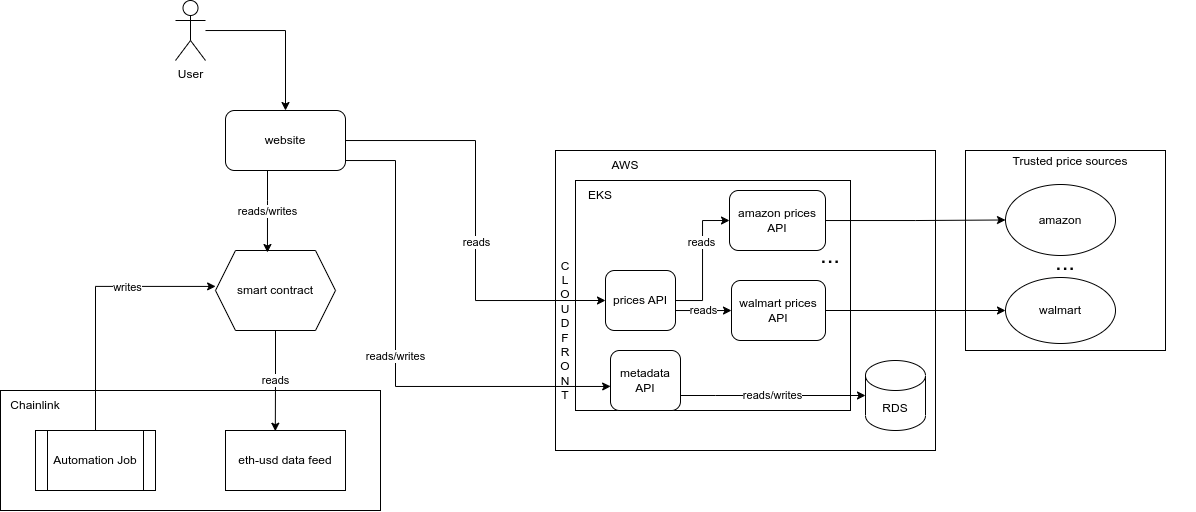
The draw.io diagram docs/images/design.png in SolidFund/Solid-Fund-smart-contracts, before a commit. Source tidied: cells renumbered, new cells last; positions are measured from the earlier drawing's top-left corner, leaving out a move shared by most shapes. The source it was exported from:
```xml
<mxGraphModel>
  <root>
    <mxCell id="0" />
    <mxCell id="1" parent="0" />
    <mxCell id="2" style="rounded=0;whiteSpace=wrap;html=1;" parent="1" vertex="1">
      <mxGeometry y="390" width="380" height="120" as="geometry" />
    </mxCell>
    <mxCell id="3" style="rounded=0;whiteSpace=wrap;html=1;" parent="1" vertex="1">
      <mxGeometry x="555" y="150" width="380" height="300" as="geometry" />
    </mxCell>
    <mxCell id="4" style="rounded=0;whiteSpace=wrap;html=1;" parent="1" vertex="1">
      <mxGeometry x="575" y="180" width="275" height="230" as="geometry" />
    </mxCell>
    <mxCell id="5" style="whiteSpace=wrap;html=1;" parent="1" vertex="1">
      <mxGeometry x="965" y="150" width="200" height="200" as="geometry" />
    </mxCell>
    <mxCell id="6" value="reads" style="edgeStyle=orthogonalEdgeStyle;rounded=0;jettySize=auto;html=1;entryX=0.415;entryY=0.012;entryDx=0;entryDy=0;entryPerimeter=0;" parent="1" edge="1" source="7" target="27">
      <mxGeometry relative="1" as="geometry" />
    </mxCell>
    <mxCell id="7" value="smart contract" style="shape=hexagon;perimeter=hexagonPerimeter2;whiteSpace=wrap;html=1;fixedSize=1;" parent="1" vertex="1">
      <mxGeometry x="215" y="250" width="120" height="80" as="geometry" />
    </mxCell>
    <mxCell id="8" value="amazon" style="ellipse;whiteSpace=wrap;html=1;" parent="1" vertex="1">
      <mxGeometry x="1005" y="184" width="110" height="71" as="geometry" />
    </mxCell>
    <mxCell id="9" value="walmart" style="ellipse;whiteSpace=wrap;html=1;" parent="1" vertex="1">
      <mxGeometry x="1005" y="277" width="110" height="66" as="geometry" />
    </mxCell>
    <mxCell id="10" value="&lt;font style=&quot;font-size: 24px;&quot;&gt;...&lt;/font&gt;" style="text;html=1;strokeColor=none;fillColor=none;align=center;verticalAlign=middle;whiteSpace=wrap;rounded=0;" parent="1" vertex="1">
      <mxGeometry x="1035" y="247" width="60" height="30" as="geometry" />
    </mxCell>
    <mxCell id="11" value="Trusted price sources" style="text;html=1;strokeColor=none;fillColor=none;align=center;verticalAlign=middle;whiteSpace=wrap;rounded=0;" parent="1" vertex="1">
      <mxGeometry x="945" y="146" width="250" height="30" as="geometry" />
    </mxCell>
    <mxCell id="12" style="edgeStyle=orthogonalEdgeStyle;rounded=0;jettySize=auto;html=1;entryX=0;entryY=0.5;entryDx=0;entryDy=0;" parent="1" edge="1" source="15" target="23">
      <mxGeometry relative="1" as="geometry" />
    </mxCell>
    <mxCell id="13" value="reads" style="edgeLabel;html=1;align=center;verticalAlign=middle;" parent="12" vertex="1">
      <mxGeometry x="0.28" y="1" relative="1" as="geometry" />
    </mxCell>
    <mxCell id="14" value="reads" style="edgeStyle=orthogonalEdgeStyle;rounded=0;jettySize=auto;html=1;entryX=0;entryY=0.5;entryDx=0;entryDy=0;" parent="1" edge="1" source="15" target="25">
      <mxGeometry relative="1" as="geometry">
        <Array as="points">
          <mxPoint x="725" y="310" />
          <mxPoint x="725" y="310" />
        </Array>
      </mxGeometry>
    </mxCell>
    <mxCell id="15" value="prices API" style="rounded=1;whiteSpace=wrap;html=1;" parent="1" vertex="1">
      <mxGeometry x="605" y="270" width="70" height="60" as="geometry" />
    </mxCell>
    <mxCell id="16" value="AWS" style="text;html=1;strokeColor=none;fillColor=none;align=center;verticalAlign=middle;whiteSpace=wrap;rounded=0;" parent="1" vertex="1">
      <mxGeometry x="595" y="150" width="60" height="30" as="geometry" />
    </mxCell>
    <mxCell id="17" value="reads/writes" style="edgeStyle=orthogonalEdgeStyle;rounded=0;jettySize=auto;html=1;entryX=0.433;entryY=0.025;entryDx=0;entryDy=0;entryPerimeter=0;" parent="1" edge="1" source="21" target="7">
      <mxGeometry relative="1" as="geometry">
        <Array as="points">
          <mxPoint x="267" y="200" />
          <mxPoint x="267" y="200" />
        </Array>
      </mxGeometry>
    </mxCell>
    <mxCell id="18" value="reads/writes" style="edgeStyle=orthogonalEdgeStyle;rounded=0;jettySize=auto;html=1;entryX=0.002;entryY=0.598;entryDx=0;entryDy=0;entryPerimeter=0;" parent="1" edge="1" source="21" target="31">
      <mxGeometry relative="1" as="geometry">
        <Array as="points">
          <mxPoint x="395" y="160" />
          <mxPoint x="395" y="386" />
          <mxPoint x="605" y="386" />
        </Array>
      </mxGeometry>
    </mxCell>
    <mxCell id="19" style="edgeStyle=orthogonalEdgeStyle;rounded=0;jettySize=auto;html=1;entryX=0;entryY=0.5;entryDx=0;entryDy=0;" parent="1" edge="1" source="21" target="15">
      <mxGeometry relative="1" as="geometry" />
    </mxCell>
    <mxCell id="20" value="reads" style="edgeLabel;html=1;align=center;verticalAlign=middle;" parent="19" vertex="1">
      <mxGeometry x="0.1" y="1" relative="1" as="geometry" />
    </mxCell>
    <mxCell id="21" value="website" style="rounded=1;whiteSpace=wrap;html=1;" parent="1" vertex="1">
      <mxGeometry x="225" y="110" width="120" height="60" as="geometry" />
    </mxCell>
    <mxCell id="22" style="edgeStyle=orthogonalEdgeStyle;rounded=0;jettySize=auto;html=1;" parent="1" edge="1" source="23" target="8">
      <mxGeometry relative="1" as="geometry" />
    </mxCell>
    <mxCell id="23" value="amazon prices API" style="rounded=1;whiteSpace=wrap;html=1;" parent="1" vertex="1">
      <mxGeometry x="729" y="190" width="96" height="60" as="geometry" />
    </mxCell>
    <mxCell id="24" style="edgeStyle=orthogonalEdgeStyle;rounded=0;jettySize=auto;html=1;entryX=0;entryY=0.5;entryDx=0;entryDy=0;" parent="1" edge="1" source="25" target="9">
      <mxGeometry relative="1" as="geometry" />
    </mxCell>
    <mxCell id="25" value="walmart prices API" style="rounded=1;whiteSpace=wrap;html=1;" parent="1" vertex="1">
      <mxGeometry x="731" y="280" width="94" height="60" as="geometry" />
    </mxCell>
    <mxCell id="26" value="&lt;font style=&quot;font-size: 24px;&quot;&gt;...&lt;/font&gt;" style="text;html=1;strokeColor=none;fillColor=none;align=center;verticalAlign=middle;whiteSpace=wrap;rounded=0;" parent="1" vertex="1">
      <mxGeometry x="800" y="240" width="60" height="30" as="geometry" />
    </mxCell>
    <mxCell id="27" value="eth-usd data feed" style="shape=process;whiteSpace=wrap;html=1;backgroundOutline=1;size=0;" parent="1" vertex="1">
      <mxGeometry x="225" y="430" width="120" height="60" as="geometry" />
    </mxCell>
    <mxCell id="28" style="edgeStyle=orthogonalEdgeStyle;rounded=0;jettySize=auto;html=1;entryX=0.5;entryY=0;entryDx=0;entryDy=0;" parent="1" edge="1" source="29" target="21">
      <mxGeometry relative="1" as="geometry" />
    </mxCell>
    <mxCell id="29" value="User" style="shape=umlActor;verticalLabelPosition=bottom;verticalAlign=top;html=1;outlineConnect=0;" parent="1" vertex="1">
      <mxGeometry x="175" width="30" height="60" as="geometry" />
    </mxCell>
    <mxCell id="30" value="reads/writes" style="edgeStyle=orthogonalEdgeStyle;rounded=0;jettySize=auto;html=1;" parent="1" edge="1" source="31" target="32">
      <mxGeometry relative="1" as="geometry">
        <Array as="points">
          <mxPoint x="715" y="395" />
          <mxPoint x="715" y="395" />
        </Array>
      </mxGeometry>
    </mxCell>
    <mxCell id="31" value="metadata API" style="rounded=1;whiteSpace=wrap;html=1;" parent="1" vertex="1">
      <mxGeometry x="610" y="350" width="70" height="60" as="geometry" />
    </mxCell>
    <mxCell id="32" value="RDS" style="shape=cylinder3;whiteSpace=wrap;html=1;boundedLbl=1;backgroundOutline=1;size=15;" parent="1" vertex="1">
      <mxGeometry x="865" y="360" width="60" height="70" as="geometry" />
    </mxCell>
    <mxCell id="33" value="EKS" style="text;html=1;strokeColor=none;fillColor=none;align=center;verticalAlign=middle;whiteSpace=wrap;rounded=0;" parent="1" vertex="1">
      <mxGeometry x="525" y="160" width="150" height="70" as="geometry" />
    </mxCell>
    <mxCell id="34" value="C&lt;br&gt;L&lt;br&gt;O&lt;br&gt;U&lt;br&gt;D&lt;br&gt;F&lt;br&gt;R&lt;br&gt;O&lt;br&gt;N&lt;br&gt;T" style="text;html=1;strokeColor=none;fillColor=none;align=center;verticalAlign=middle;whiteSpace=wrap;rounded=0;" parent="1" vertex="1">
      <mxGeometry x="535" y="310" width="60" height="40" as="geometry" />
    </mxCell>
    <mxCell id="35" value="Chainlink" style="text;html=1;strokeColor=none;fillColor=none;align=center;verticalAlign=middle;whiteSpace=wrap;rounded=0;" parent="1" vertex="1">
      <mxGeometry x="5" y="390" width="60" height="30" as="geometry" />
    </mxCell>
    <mxCell id="36" style="edgeStyle=orthogonalEdgeStyle;rounded=0;jettySize=auto;html=1;entryX=0.001;entryY=0.449;entryDx=0;entryDy=0;entryPerimeter=0;" parent="1" edge="1" source="38" target="7">
      <mxGeometry relative="1" as="geometry">
        <Array as="points">
          <mxPoint x="95" y="286" />
        </Array>
      </mxGeometry>
    </mxCell>
    <mxCell id="37" value="writes" style="edgeLabel;html=1;align=center;verticalAlign=middle;" parent="36" vertex="1">
      <mxGeometry x="0.33" y="-1" relative="1" as="geometry" />
    </mxCell>
    <mxCell id="38" value="Automation Job" style="shape=process;whiteSpace=wrap;html=1;backgroundOutline=1;" parent="1" vertex="1">
      <mxGeometry x="35" y="430" width="120" height="60" as="geometry" />
    </mxCell>
  </root>
</mxGraphModel>
```
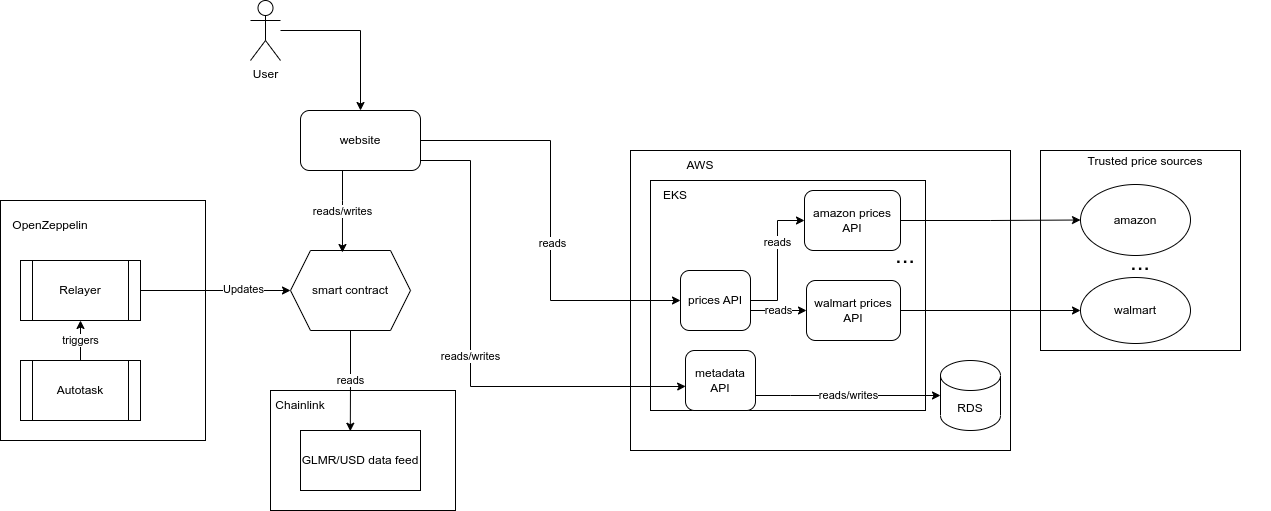
The same diagram one commit later.

Change to the diagram source:
```diff
@@ -3,7 +3,7 @@
     <mxCell id="0" />
     <mxCell id="1" parent="0" />
     <mxCell id="2" style="rounded=0;whiteSpace=wrap;html=1;" parent="1" vertex="1">
-      <mxGeometry y="390" width="380" height="120" as="geometry" />
+      <mxGeometry x="195" y="390" width="185" height="120" as="geometry" />
     </mxCell>
     <mxCell id="3" style="rounded=0;whiteSpace=wrap;html=1;" parent="1" vertex="1">
       <mxGeometry x="555" y="150" width="380" height="300" as="geometry" />
@@ -93,7 +93,7 @@
     <mxCell id="26" value="&lt;font style=&quot;font-size: 24px;&quot;&gt;...&lt;/font&gt;" style="text;html=1;strokeColor=none;fillColor=none;align=center;verticalAlign=middle;whiteSpace=wrap;rounded=0;" parent="1" vertex="1">
       <mxGeometry x="800" y="240" width="60" height="30" as="geometry" />
     </mxCell>
-    <mxCell id="27" value="eth-usd data feed" style="shape=process;whiteSpace=wrap;html=1;backgroundOutline=1;size=0;" parent="1" vertex="1">
+    <mxCell id="27" value="GLMR/USD data feed" style="shape=process;whiteSpace=wrap;html=1;backgroundOutline=1;size=0;" parent="1" vertex="1">
       <mxGeometry x="225" y="430" width="120" height="60" as="geometry" />
     </mxCell>
     <mxCell id="28" style="edgeStyle=orthogonalEdgeStyle;rounded=0;jettySize=auto;html=1;entryX=0.5;entryY=0;entryDx=0;entryDy=0;" parent="1" edge="1" source="29" target="21">
@@ -119,24 +119,29 @@
     <mxCell id="33" value="EKS" style="text;html=1;strokeColor=none;fillColor=none;align=center;verticalAlign=middle;whiteSpace=wrap;rounded=0;" parent="1" vertex="1">
       <mxGeometry x="525" y="160" width="150" height="70" as="geometry" />
     </mxCell>
-    <mxCell id="34" value="C&lt;br&gt;L&lt;br&gt;O&lt;br&gt;U&lt;br&gt;D&lt;br&gt;F&lt;br&gt;R&lt;br&gt;O&lt;br&gt;N&lt;br&gt;T" style="text;html=1;strokeColor=none;fillColor=none;align=center;verticalAlign=middle;whiteSpace=wrap;rounded=0;" parent="1" vertex="1">
-      <mxGeometry x="535" y="310" width="60" height="40" as="geometry" />
-    </mxCell>
     <mxCell id="35" value="Chainlink" style="text;html=1;strokeColor=none;fillColor=none;align=center;verticalAlign=middle;whiteSpace=wrap;rounded=0;" parent="1" vertex="1">
-      <mxGeometry x="5" y="390" width="60" height="30" as="geometry" />
+      <mxGeometry x="195" y="390" width="60" height="30" as="geometry" />
     </mxCell>
+    <mxCell id="39" style="rounded=0;whiteSpace=wrap;html=1;" parent="1" vertex="1">
+      <mxGeometry x="-75" y="200" width="205" height="240" as="geometry" />
+    </mxCell>
+    <mxCell id="38" value="Relayer" style="shape=process;whiteSpace=wrap;html=1;backgroundOutline=1;" parent="1" vertex="1">
+      <mxGeometry x="-55" y="260" width="120" height="60" as="geometry" />
+    </mxCell>
+    <mxCell id="40" value="OpenZeppelin" style="text;html=1;strokeColor=none;fillColor=none;align=center;verticalAlign=middle;whiteSpace=wrap;rounded=0;" parent="1" vertex="1">
+      <mxGeometry x="-55" y="210" width="60" height="30" as="geometry" />
+    </mxCell>
+    <mxCell id="41" value="Autotask" style="shape=process;whiteSpace=wrap;html=1;backgroundOutline=1;" parent="1" vertex="1">
+      <mxGeometry x="-55" y="360" width="120" height="60" as="geometry" />
+    </mxCell>
+    <mxCell id="42" value="triggers" style="endArrow=classic;html=1;rounded=0;exitX=0.5;exitY=0;exitDx=0;exitDy=0;entryX=0.5;entryY=1;entryDx=0;entryDy=0;" parent="1" edge="1" source="41" target="38">
+      <mxGeometry relative="1" as="geometry" />
+    </mxCell>
-    <mxCell id="36" style="edgeStyle=orthogonalEdgeStyle;rounded=0;jettySize=auto;html=1;entryX=0.001;entryY=0.449;entryDx=0;entryDy=0;entryPerimeter=0;" parent="1" edge="1" source="38" target="7">
-      <mxGeometry relative="1" as="geometry">
-        <Array as="points">
-          <mxPoint x="95" y="286" />
-        </Array>
-      </mxGeometry>
+    <mxCell id="36" style="endArrow=classic;html=1;rounded=0;entryX=0;entryY=0.5;entryDx=0;entryDy=0;" parent="1" edge="1" source="38" target="7">
+      <mxGeometry relative="1" as="geometry" />
     </mxCell>
-    <mxCell id="37" value="writes" style="edgeLabel;html=1;align=center;verticalAlign=middle;" parent="36" vertex="1">
-      <mxGeometry x="0.33" y="-1" relative="1" as="geometry" />
-    </mxCell>
-    <mxCell id="38" value="Automation Job" style="shape=process;whiteSpace=wrap;html=1;backgroundOutline=1;" parent="1" vertex="1">
-      <mxGeometry x="35" y="430" width="120" height="60" as="geometry" />
-    </mxCell>
+    <mxCell id="43" value="Updates" style="edgeLabel;html=1;align=center;verticalAlign=middle;" parent="36" vertex="1">
+      <mxGeometry x="0.36" y="2" relative="1" as="geometry" />
+    </mxCell>
   </root>
 </mxGraphModel>
```
